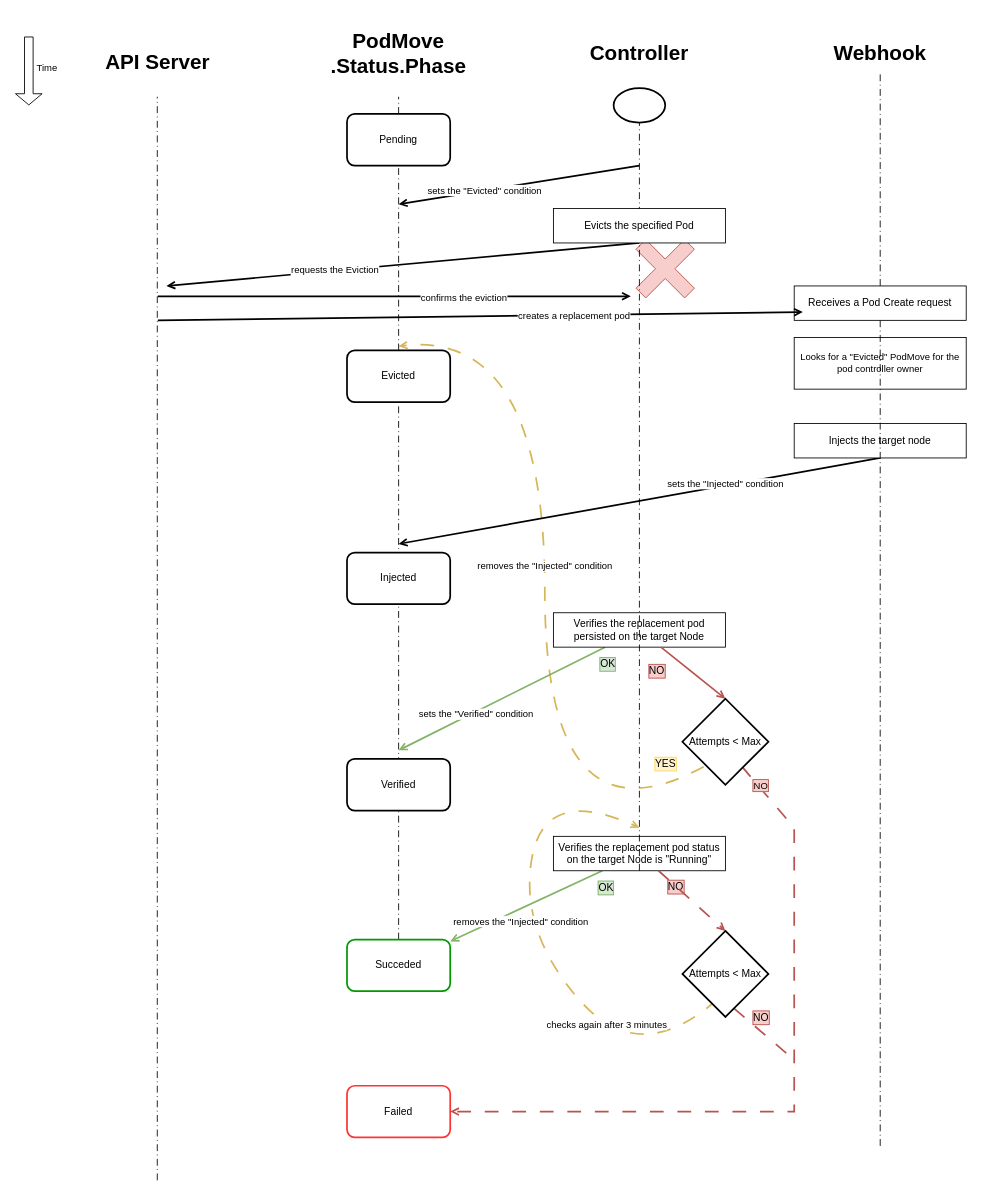
This is notes/timeline-evicted-before.drawio from andreabuon/podtetris, a draw.io file, before an edit. Source tidied: cells renumbered, new cells numbered last; positions are measured from the earlier drawing's top-left corner, leaving out a move shared by most shapes. Both pictures are drawn from the tidied source at 86%, with x=0, y=0 at pixel (28, 36).
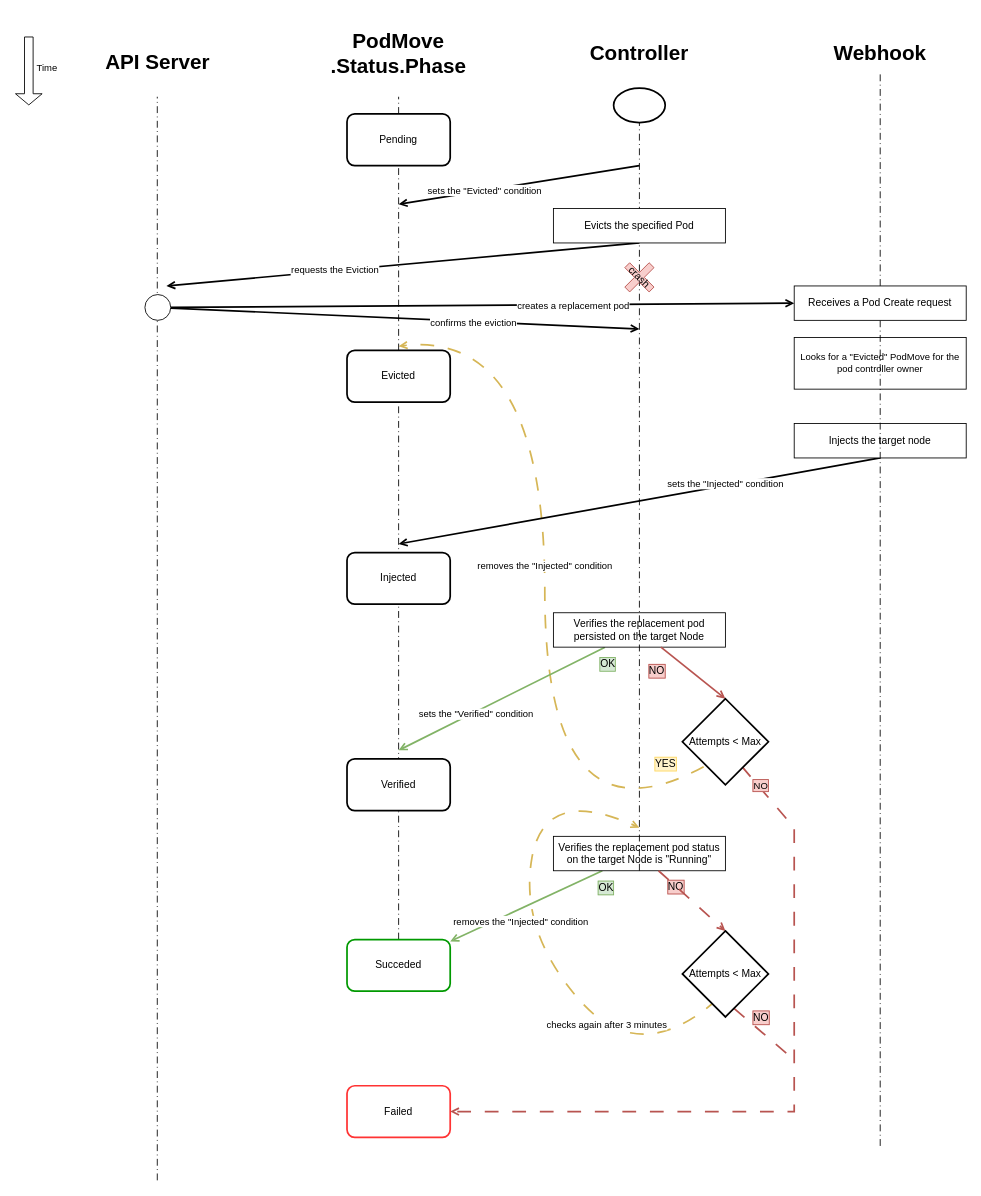
The same page after the edit.

Commit message (it also covers changes not shown here):
docs(timelines): add api server to normal timeline, add evicting condition, fix geometry/anchors in all diagrams, imprpvoe clarity crash

Unchanged cells that the change refers to:
```xml
<mxCell id="58" value="Receives a Pod Create request" style="rounded=0;whiteSpace=wrap;html=1;" parent="1" vertex="1">
  <mxGeometry x="890" y="290" width="200" height="40" as="geometry" />
</mxCell>
```

Change to the diagram source:
```diff
@@
-    <mxCell id="49" style="endArrow=open;html=1;rounded=0;strokeWidth=2;endFill=0;" parent="1" edge="1">
+    <mxCell id="49" style="endArrow=open;html=1;rounded=0;strokeWidth=2;endFill=0;" parent="1" edge="1" source="61">
       <mxGeometry relative="1" as="geometry">
-        <mxPoint x="150" y="302" as="sourcePoint" />
-        <mxPoint x="700" y="302" as="targetPoint" />
+        <mxPoint x="710" y="340" as="targetPoint" />
       </mxGeometry>
     </mxCell>
@@
-    <mxCell id="51" style="shape=cross;whiteSpace=wrap;html=1;rotation=45;fillColor=#f8cecc;strokeColor=#b85450;" parent="1" vertex="1">
-      <mxGeometry x="700" y="230" width="80" height="80" as="geometry" />
-    </mxCell>
@@
-    <mxCell id="59" style="endArrow=open;html=1;rounded=0;strokeWidth=2;endFill=0;" parent="1" edge="1">
-      <mxGeometry relative="1" as="geometry">
-        <mxPoint x="150" y="330" as="sourcePoint" />
-        <mxPoint x="900" y="320.4" as="targetPoint" />
-      </mxGeometry>
+    <mxCell id="59" style="endArrow=open;html=1;rounded=0;strokeWidth=2;endFill=0;entryX=0;entryY=0.5;entryDx=0;entryDy=0;" parent="1" edge="1" source="61" target="58">
+      <mxGeometry relative="1" as="geometry" />
     </mxCell>
@@
+    <mxCell id="61" style="ellipse;whiteSpace=wrap;html=1;shapeInside=1;" parent="1" vertex="1">
+      <mxGeometry x="135" y="300" width="30" height="30" as="geometry" />
+    </mxCell>
+    <mxCell id="51" value="crash" style="shape=cross;whiteSpace=wrap;html=1;rotation=45;fillColor=#f8cecc;strokeColor=#b85450;" parent="1" vertex="1">
+      <mxGeometry x="690" y="260" width="40" height="40" as="geometry" />
+    </mxCell>
```
